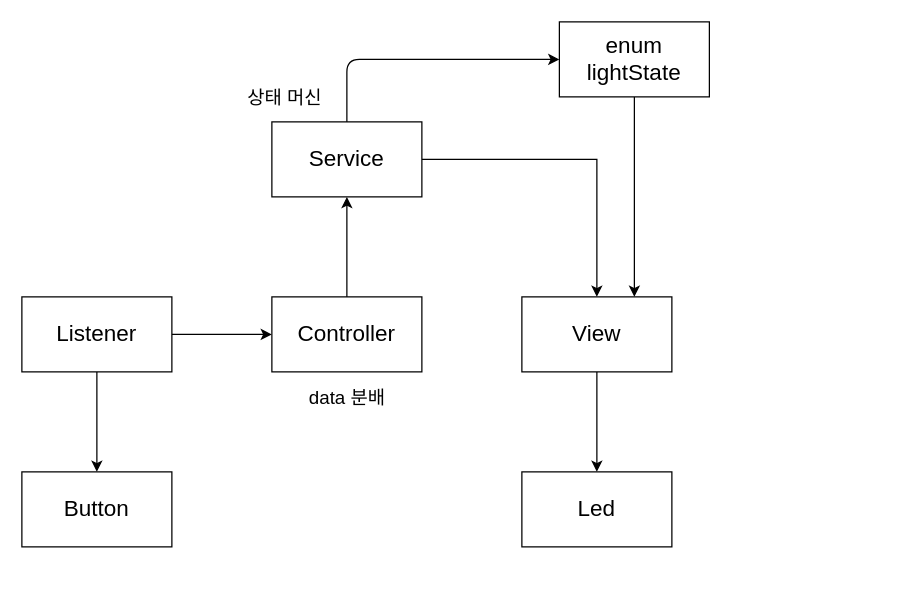
Above: page "페이지-1" (1 of 2) of sw_design/architecture.drawio in kyw6416/StandLight_Clock (draw.io), before the change. Source tidied: cells renumbered, new cells numbered last; positions are measured from the earlier drawing's top-left corner, leaving out a move shared by most shapes. Both pictures are drawn from the tidied source at 125%, with x=0, y=0 at pixel (21, 21).
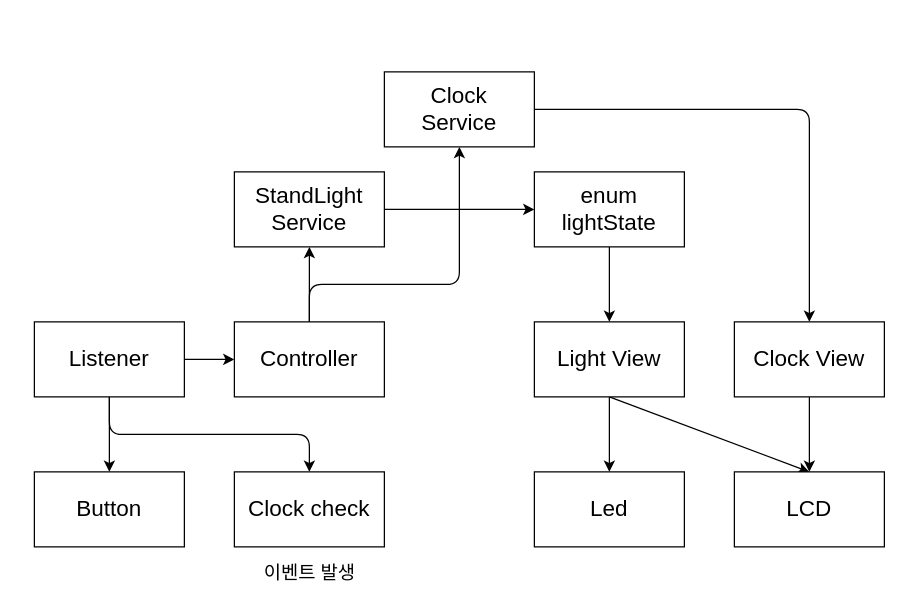
The same diagram, later.

The edit, as a diff of the source:
```diff
@@
     <mxCell id="2" value="Button" style="whiteSpace=wrap;html=1;fontSize=18;" parent="1" vertex="1">
-      <mxGeometry y="360" width="120" height="60" as="geometry" />
+      <mxGeometry x="10" y="360" width="120" height="60" as="geometry" />
     </mxCell>
@@
+    <mxCell id="18" style="edgeStyle=none;html=1;exitX=0.5;exitY=1;exitDx=0;exitDy=0;entryX=0.5;entryY=0;entryDx=0;entryDy=0;" parent="1" edge="1" source="5" target="26">
+      <mxGeometry relative="1" as="geometry">
+        <Array as="points">
+          <mxPoint x="70" y="330" />
+          <mxPoint x="230" y="330" />
+        </Array>
+      </mxGeometry>
+    </mxCell>
     <mxCell id="5" value="Listener" style="whiteSpace=wrap;html=1;fontSize=18;" parent="1" vertex="1">
-      <mxGeometry y="220" width="120" height="60" as="geometry" />
+      <mxGeometry x="10" y="240" width="120" height="60" as="geometry" />
     </mxCell>
@@
+    <mxCell id="19" style="edgeStyle=none;html=1;exitX=0.5;exitY=0;exitDx=0;exitDy=0;entryX=0.5;entryY=1;entryDx=0;entryDy=0;" parent="1" edge="1" source="7" target="23">
+      <mxGeometry relative="1" as="geometry">
+        <Array as="points">
+          <mxPoint x="230" y="210" />
+          <mxPoint x="350" y="210" />
+        </Array>
+      </mxGeometry>
+    </mxCell>
     <mxCell id="7" value="Controller" style="whiteSpace=wrap;html=1;fontSize=18;" parent="1" vertex="1">
-      <mxGeometry x="200" y="220" width="120" height="60" as="geometry" />
+      <mxGeometry x="170" y="240" width="120" height="60" as="geometry" />
     </mxCell>
-    <mxCell id="8" style="edgeStyle=none;html=1;fontSize=18;" parent="1" edge="1" source="9" target="10">
+    <mxCell id="8" style="edgeStyle=none;html=1;exitX=0.5;exitY=1;exitDx=0;exitDy=0;entryX=0.5;entryY=0;entryDx=0;entryDy=0;" parent="1" edge="1" source="9" target="10">
       <mxGeometry relative="1" as="geometry" />
     </mxCell>
+    <mxCell id="20" style="edgeStyle=none;html=1;exitX=0.5;exitY=1;exitDx=0;exitDy=0;entryX=0.5;entryY=0;entryDx=0;entryDy=0;" parent="1" edge="1" source="9" target="21">
+      <mxGeometry relative="1" as="geometry" />
+    </mxCell>
-    <mxCell id="9" value="View" style="whiteSpace=wrap;html=1;fontSize=18;" parent="1" vertex="1">
-      <mxGeometry x="400" y="220" width="120" height="60" as="geometry" />
+    <mxCell id="9" value="Light View" style="whiteSpace=wrap;html=1;fontSize=18;" parent="1" vertex="1">
+      <mxGeometry x="410" y="240" width="120" height="60" as="geometry" />
     </mxCell>
     <mxCell id="10" value="Led" style="whiteSpace=wrap;html=1;fontSize=18;" parent="1" vertex="1">
-      <mxGeometry x="400" y="360" width="120" height="60" as="geometry" />
+      <mxGeometry x="410" y="360" width="120" height="60" as="geometry" />
     </mxCell>
-    <mxCell id="11" style="edgeStyle=orthogonalEdgeStyle;html=1;exitX=1;exitY=0.5;exitDx=0;exitDy=0;entryX=0.5;entryY=0;entryDx=0;entryDy=0;fontSize=18;rounded=0;" parent="1" edge="1" source="13" target="9">
-      <mxGeometry relative="1" as="geometry" />
-    </mxCell>
-    <mxCell id="12" style="edgeStyle=none;html=1;entryX=0;entryY=0.5;entryDx=0;entryDy=0;" parent="1" edge="1" source="13" target="17">
-      <mxGeometry relative="1" as="geometry">
-        <Array as="points">
-          <mxPoint x="260" y="30" />
-        </Array>
-      </mxGeometry>
+    <mxCell id="12" style="edgeStyle=none;html=1;exitX=1;exitY=0.5;exitDx=0;exitDy=0;entryX=0;entryY=0.5;entryDx=0;entryDy=0;" parent="1" edge="1" source="13" target="17">
+      <mxGeometry relative="1" as="geometry" />
     </mxCell>
-    <mxCell id="13" value="Service" style="whiteSpace=wrap;html=1;fontSize=18;" parent="1" vertex="1">
-      <mxGeometry x="200" y="80" width="120" height="60" as="geometry" />
+    <mxCell id="13" value="StandLight&lt;br&gt;Service" style="whiteSpace=wrap;html=1;fontSize=18;" parent="1" vertex="1">
+      <mxGeometry x="170" y="120" width="120" height="60" as="geometry" />
     </mxCell>
-    <mxCell id="14" value="&lt;font style=&quot;font-size: 15px&quot;&gt;상태 머신&lt;/font&gt;" style="text;html=1;align=center;verticalAlign=middle;fillColor=none;strokeColor=none;rounded=0;" parent="1" vertex="1">
-      <mxGeometry x="170" y="50" width="80" height="20" as="geometry" />
-    </mxCell>
-    <mxCell id="15" value="&lt;span style=&quot;font-size: 15px&quot;&gt;data 분배&lt;/span&gt;" style="text;html=1;align=center;verticalAlign=middle;fillColor=none;strokeColor=none;rounded=0;" parent="1" vertex="1">
-      <mxGeometry x="220" y="290" width="80" height="20" as="geometry" />
-    </mxCell>
-    <mxCell id="16" style="edgeStyle=none;html=1;entryX=0.75;entryY=0;entryDx=0;entryDy=0;" parent="1" edge="1" source="17" target="9">
+    <mxCell id="16" style="edgeStyle=none;html=1;entryX=0.5;entryY=0;entryDx=0;entryDy=0;" parent="1" edge="1" source="17" target="9">
       <mxGeometry relative="1" as="geometry" />
     </mxCell>
     <mxCell id="17" value="enum&lt;br&gt;lightState" style="whiteSpace=wrap;html=1;fontSize=18;" parent="1" vertex="1">
-      <mxGeometry x="430" width="120" height="60" as="geometry" />
+      <mxGeometry x="410" y="120" width="120" height="60" as="geometry" />
     </mxCell>
+    <mxCell id="21" value="LCD" style="whiteSpace=wrap;html=1;fontSize=18;" parent="1" vertex="1">
+      <mxGeometry x="570" y="360" width="120" height="60" as="geometry" />
+    </mxCell>
+    <mxCell id="22" style="edgeStyle=none;html=1;exitX=1;exitY=0.5;exitDx=0;exitDy=0;entryX=0.5;entryY=0;entryDx=0;entryDy=0;" parent="1" edge="1" source="23" target="25">
+      <mxGeometry relative="1" as="geometry">
+        <Array as="points">
+          <mxPoint x="630" y="70" />
+        </Array>
+      </mxGeometry>
+    </mxCell>
+    <mxCell id="23" value="Clock&lt;br&gt;Service" style="whiteSpace=wrap;html=1;fontSize=18;" parent="1" vertex="1">
+      <mxGeometry x="290" y="40" width="120" height="60" as="geometry" />
+    </mxCell>
+    <mxCell id="24" style="edgeStyle=none;html=1;exitX=0.5;exitY=1;exitDx=0;exitDy=0;entryX=0.5;entryY=0;entryDx=0;entryDy=0;" parent="1" edge="1" source="25" target="21">
+      <mxGeometry relative="1" as="geometry" />
+    </mxCell>
+    <mxCell id="25" value="Clock View" style="whiteSpace=wrap;html=1;fontSize=18;" parent="1" vertex="1">
+      <mxGeometry x="570" y="240" width="120" height="60" as="geometry" />
+    </mxCell>
+    <mxCell id="26" value="Clock check" style="whiteSpace=wrap;html=1;fontSize=18;" parent="1" vertex="1">
+      <mxGeometry x="170" y="360" width="120" height="60" as="geometry" />
+    </mxCell>
+    <mxCell id="27" value="&lt;font style=&quot;font-size: 15px&quot;&gt;이벤트 발생&lt;/font&gt;" style="text;html=1;align=center;verticalAlign=middle;strokeColor=none;fillColor=none;" parent="1" vertex="1">
+      <mxGeometry x="185" y="430" width="90" height="20" as="geometry" />
+    </mxCell>
```
